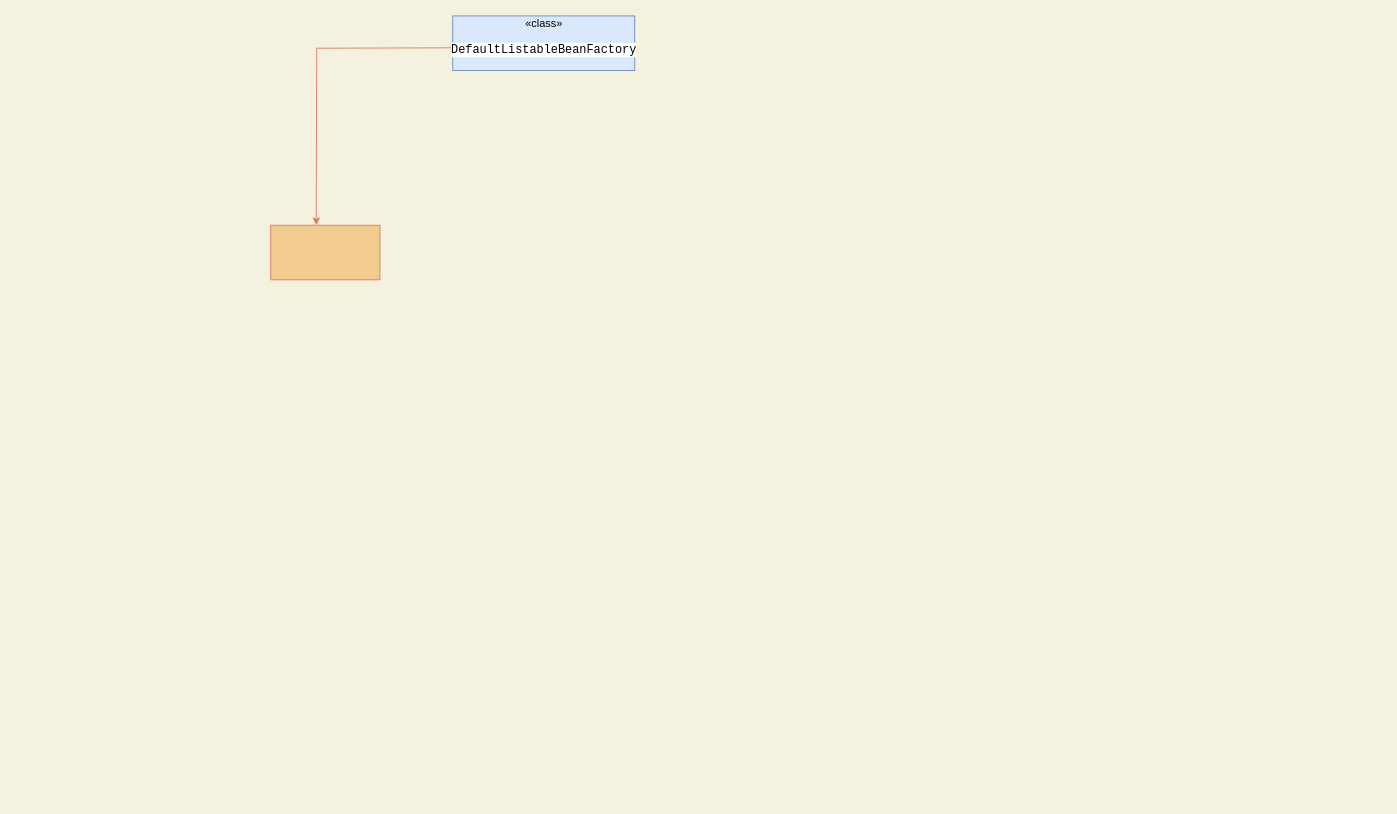
Newbabe/images keeps this draw.io diagram as DefaultListableBeanFactory类结构图.drawio. Above is the earlier version. Source tidied: cells renumbered, new cells numbered last; positions are measured from the earlier drawing's top-left corner, leaving out a move shared by most shapes. Both pictures are drawn from the tidied source at 91%, with x=0, y=0 at pixel (270, 15).
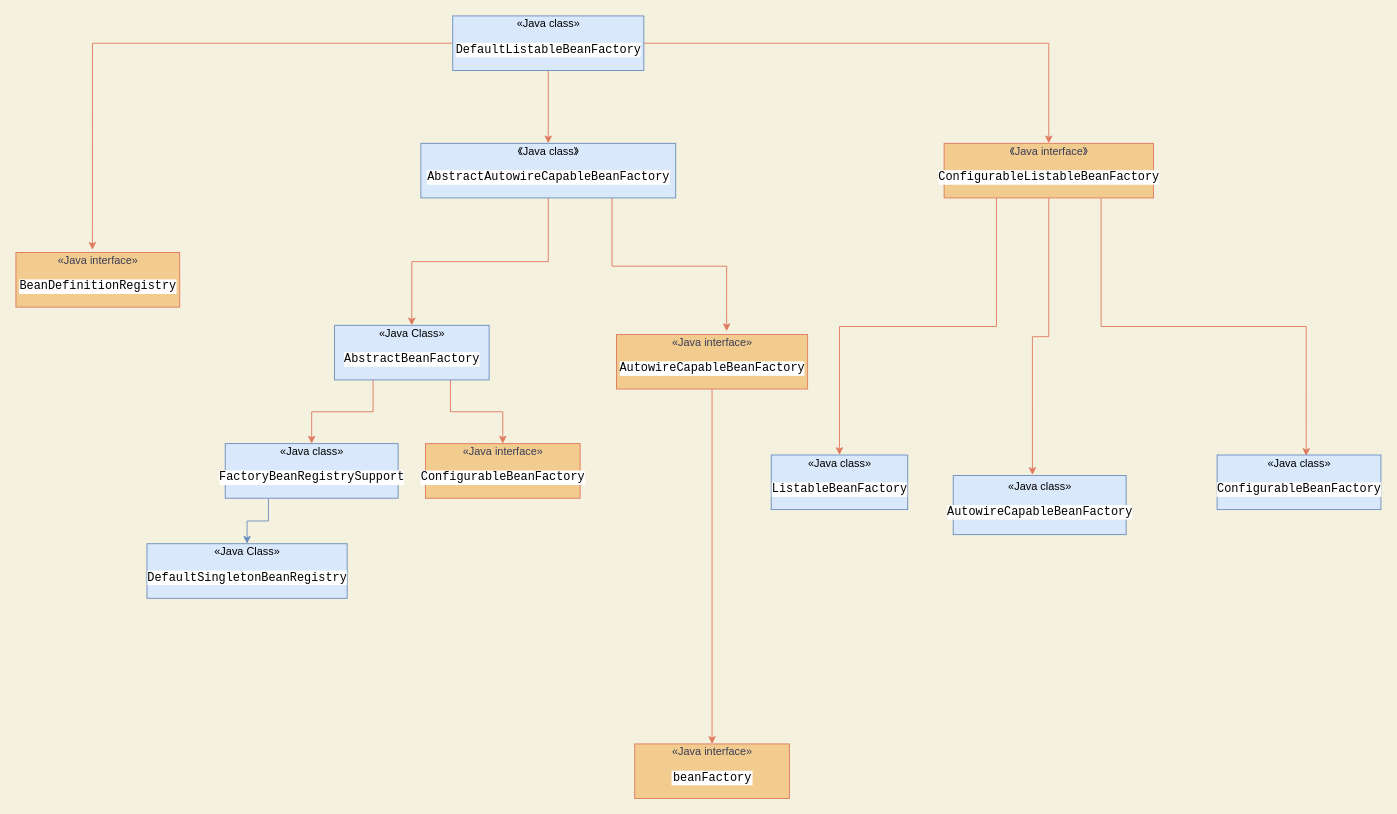
After the change.

Commit message (it also covers changes not shown here):
更新DefaultListableBeanFactory类结构图.drawio

What changed in the source:
```diff
@@
-    <mxCell id="2" style="edgeStyle=orthogonalEdgeStyle;rounded=0;orthogonalLoop=1;jettySize=auto;html=1;exitX=0;exitY=0.5;exitDx=0;exitDy=0;fontFamily=Helvetica;fontColor=#393C56;labelBackgroundColor=#F4F1DE;strokeColor=#E07A5F;" parent="1" edge="1">
-      <mxGeometry relative="1" as="geometry">
-        <mxPoint x="210" y="35" as="sourcePoint" />
-        <mxPoint x="50" y="230" as="targetPoint" />
-      </mxGeometry>
-    </mxCell>
-    <mxCell id="3" style="rounded=0;whiteSpace=wrap;html=1;fontFamily=Helvetica;fontColor=#393C56;fillColor=#F2CC8F;strokeColor=#E07A5F;" parent="1" vertex="1">
-      <mxGeometry y="230" width="120" height="60" as="geometry" />
-    </mxCell>
+    <mxCell id="5" style="edgeStyle=orthogonalEdgeStyle;rounded=0;jettySize=auto;html=1;exitX=0;exitY=0.5;exitDx=0;exitDy=0;strokeColor=#E07A5F;fontColor=#393C56;fillColor=#F2CC8F;entryX=0.467;entryY=-0.05;entryDx=0;entryDy=0;entryPerimeter=0;" parent="1" edge="1" source="4" target="8">
+      <mxGeometry relative="1" as="geometry" />
+    </mxCell>
+    <mxCell id="6" style="edgeStyle=orthogonalEdgeStyle;rounded=0;jettySize=auto;html=1;strokeColor=#E07A5F;fontColor=#393C56;fillColor=#F2CC8F;" parent="1" edge="1" source="4" target="11">
+      <mxGeometry relative="1" as="geometry" />
+    </mxCell>
+    <mxCell id="7" style="edgeStyle=orthogonalEdgeStyle;rounded=0;jettySize=auto;html=1;exitX=1;exitY=0.5;exitDx=0;exitDy=0;entryX=0.5;entryY=0;entryDx=0;entryDy=0;strokeColor=#E07A5F;fontColor=#393C56;fillColor=#F2CC8F;" parent="1" edge="1" source="4" target="15">
+      <mxGeometry relative="1" as="geometry" />
+    </mxCell>
-    <mxCell id="4" value="«class»&lt;br&gt;&lt;pre style=&quot;background-color:#ffffff;color:#000000;font-family:'JetBrains Mono',monospace;font-size:9.8pt;&quot;&gt;DefaultListableBeanFactory&lt;/pre&gt;" style="html=1;strokeColor=#6c8ebf;fillColor=#dae8fc;" parent="1" vertex="1">
-      <mxGeometry x="200" width="200" height="60" as="geometry" />
+    <mxCell id="4" value="«Java class»&lt;br&gt;&lt;pre style=&quot;background-color:#ffffff;color:#000000;font-family:'JetBrains Mono',monospace;font-size:9.8pt;&quot;&gt;DefaultListableBeanFactory&lt;/pre&gt;" style="html=1;strokeColor=#6c8ebf;fillColor=#dae8fc;" parent="1" vertex="1">
+      <mxGeometry x="200" width="210" height="60" as="geometry" />
     </mxCell>
+    <mxCell id="8" value="«Java interface»&lt;br&gt;&lt;pre style=&quot;background-color:#ffffff;color:#000000;font-family:'JetBrains Mono',monospace;font-size:9.8pt;&quot;&gt;BeanDefinitionRegistry&lt;/pre&gt;" style="html=1;strokeColor=#E07A5F;fontColor=#393C56;fillColor=#F2CC8F;" parent="1" vertex="1">
+      <mxGeometry x="-280" y="260" width="180" height="60" as="geometry" />
+    </mxCell>
+    <mxCell id="9" style="edgeStyle=orthogonalEdgeStyle;rounded=0;jettySize=auto;html=1;exitX=0.5;exitY=1;exitDx=0;exitDy=0;strokeColor=#E07A5F;fontColor=#393C56;fillColor=#F2CC8F;entryX=0.5;entryY=0;entryDx=0;entryDy=0;" parent="1" edge="1" source="11" target="18">
+      <mxGeometry relative="1" as="geometry" />
+    </mxCell>
+    <mxCell id="10" style="edgeStyle=orthogonalEdgeStyle;rounded=0;jettySize=auto;html=1;exitX=0.75;exitY=1;exitDx=0;exitDy=0;strokeColor=#E07A5F;fontColor=#393C56;fillColor=#F2CC8F;entryX=0.576;entryY=-0.06;entryDx=0;entryDy=0;entryPerimeter=0;" parent="1" edge="1" source="11" target="20">
+      <mxGeometry relative="1" as="geometry" />
+    </mxCell>
+    <mxCell id="11" value="《Java class》&lt;br&gt;&lt;pre style=&quot;background-color:#ffffff;color:#000000;font-family:'JetBrains Mono',monospace;font-size:9.8pt;&quot;&gt;AbstractAutowireCapableBeanFactory&lt;/pre&gt;" style="html=1;strokeColor=#6c8ebf;fillColor=#dae8fc;" parent="1" vertex="1">
+      <mxGeometry x="165" y="140" width="280" height="60" as="geometry" />
+    </mxCell>
+    <mxCell id="12" style="edgeStyle=orthogonalEdgeStyle;rounded=0;jettySize=auto;html=1;exitX=0.25;exitY=1;exitDx=0;exitDy=0;strokeColor=#E07A5F;fontColor=#393C56;fillColor=#F2CC8F;entryX=0.5;entryY=0;entryDx=0;entryDy=0;" parent="1" edge="1" source="15" target="25">
+      <mxGeometry relative="1" as="geometry" />
+    </mxCell>
+    <mxCell id="13" style="edgeStyle=orthogonalEdgeStyle;rounded=0;jettySize=auto;html=1;exitX=0.5;exitY=1;exitDx=0;exitDy=0;entryX=0.458;entryY=-0.008;entryDx=0;entryDy=0;entryPerimeter=0;strokeColor=#E07A5F;fontColor=#393C56;fillColor=#F2CC8F;" parent="1" edge="1" source="15" target="26">
+      <mxGeometry relative="1" as="geometry" />
+    </mxCell>
+    <mxCell id="14" style="edgeStyle=orthogonalEdgeStyle;rounded=0;jettySize=auto;html=1;exitX=0.75;exitY=1;exitDx=0;exitDy=0;entryX=0.544;entryY=0.017;entryDx=0;entryDy=0;entryPerimeter=0;strokeColor=#E07A5F;fontColor=#393C56;fillColor=#F2CC8F;" parent="1" edge="1" source="15" target="27">
+      <mxGeometry relative="1" as="geometry" />
+    </mxCell>
+    <mxCell id="15" value="《Java interface》&lt;br&gt;&lt;pre style=&quot;background-color:#ffffff;color:#000000;font-family:'JetBrains Mono',monospace;font-size:9.8pt;&quot;&gt;ConfigurableListableBeanFactory&lt;/pre&gt;" style="html=1;strokeColor=#E07A5F;fontColor=#393C56;fillColor=#F2CC8F;" parent="1" vertex="1">
+      <mxGeometry x="740" y="140" width="230" height="60" as="geometry" />
+    </mxCell>
+    <mxCell id="16" style="edgeStyle=orthogonalEdgeStyle;rounded=0;jettySize=auto;html=1;exitX=0.25;exitY=1;exitDx=0;exitDy=0;strokeColor=#E07A5F;fontColor=#393C56;fillColor=#F2CC8F;" parent="1" edge="1" source="18" target="22">
+      <mxGeometry relative="1" as="geometry" />
+    </mxCell>
+    <mxCell id="17" style="edgeStyle=orthogonalEdgeStyle;rounded=0;jettySize=auto;html=1;exitX=0.75;exitY=1;exitDx=0;exitDy=0;strokeColor=#E07A5F;fontColor=#393C56;fillColor=#F2CC8F;entryX=0.5;entryY=0;entryDx=0;entryDy=0;" parent="1" edge="1" source="18" target="23">
+      <mxGeometry relative="1" as="geometry" />
+    </mxCell>
+    <mxCell id="18" value="«Java Class»&lt;br&gt;&lt;pre style=&quot;background-color:#ffffff;color:#000000;font-family:'JetBrains Mono',monospace;font-size:9.8pt;&quot;&gt;AbstractBeanFactory&lt;/pre&gt;" style="html=1;strokeColor=#6c8ebf;fillColor=#dae8fc;" parent="1" vertex="1">
+      <mxGeometry x="70" y="340" width="170" height="60" as="geometry" />
+    </mxCell>
+    <mxCell id="19" style="edgeStyle=orthogonalEdgeStyle;rounded=0;jettySize=auto;html=1;exitX=0.5;exitY=1;exitDx=0;exitDy=0;entryX=0.5;entryY=0;entryDx=0;entryDy=0;strokeColor=#E07A5F;fontColor=#393C56;fillColor=#F2CC8F;" parent="1" edge="1" source="20" target="28">
+      <mxGeometry relative="1" as="geometry" />
+    </mxCell>
+    <mxCell id="20" value="«Java interface»&lt;br&gt;&lt;pre style=&quot;background-color:#ffffff;color:#000000;font-family:'JetBrains Mono',monospace;font-size:9.8pt;&quot;&gt;AutowireCapableBeanFactory&lt;/pre&gt;" style="html=1;strokeColor=#E07A5F;fontColor=#393C56;fillColor=#F2CC8F;" parent="1" vertex="1">
+      <mxGeometry x="380" y="350" width="210" height="60" as="geometry" />
+    </mxCell>
+    <mxCell id="21" style="edgeStyle=orthogonalEdgeStyle;rounded=0;jettySize=auto;html=1;exitX=0.25;exitY=1;exitDx=0;exitDy=0;strokeColor=#6c8ebf;fontColor=#393C56;fillColor=#dae8fc;entryX=0.5;entryY=0;entryDx=0;entryDy=0;" parent="1" edge="1" source="22" target="24">
+      <mxGeometry relative="1" as="geometry" />
+    </mxCell>
+    <mxCell id="22" value="«Java class»&lt;br&gt;&lt;pre style=&quot;background-color:#ffffff;color:#000000;font-family:'JetBrains Mono',monospace;font-size:9.8pt;&quot;&gt;FactoryBeanRegistrySupport&lt;/pre&gt;" style="html=1;strokeColor=#6c8ebf;fillColor=#dae8fc;" parent="1" vertex="1">
+      <mxGeometry x="-50" y="470" width="190" height="60" as="geometry" />
+    </mxCell>
+    <mxCell id="23" value="«Java interface»&lt;br&gt;&lt;pre style=&quot;background-color:#ffffff;color:#000000;font-family:'JetBrains Mono',monospace;font-size:9.8pt;&quot;&gt;ConfigurableBeanFactory&lt;/pre&gt;" style="html=1;strokeColor=#E07A5F;fontColor=#393C56;fillColor=#F2CC8F;" parent="1" vertex="1">
+      <mxGeometry x="170" y="470" width="170" height="60" as="geometry" />
+    </mxCell>
+    <mxCell id="24" value="«Java Class»&lt;br&gt;&lt;pre style=&quot;background-color:#ffffff;color:#000000;font-family:'JetBrains Mono',monospace;font-size:9.8pt;&quot;&gt;DefaultSingletonBeanRegistry&lt;/pre&gt;" style="html=1;strokeColor=#6c8ebf;fillColor=#dae8fc;" parent="1" vertex="1">
+      <mxGeometry x="-136" y="580" width="220" height="60" as="geometry" />
+    </mxCell>
+    <mxCell id="25" value="«Java class»&lt;br&gt;&lt;pre style=&quot;background-color:#ffffff;color:#000000;font-family:'JetBrains Mono',monospace;font-size:9.8pt;&quot;&gt;ListableBeanFactory&lt;/pre&gt;" style="html=1;strokeColor=#6c8ebf;fillColor=#dae8fc;" parent="1" vertex="1">
+      <mxGeometry x="550" y="482.5" width="150" height="60" as="geometry" />
+    </mxCell>
+    <mxCell id="26" value="«Java class»&lt;br&gt;&lt;pre style=&quot;background-color:#ffffff;color:#000000;font-family:'JetBrains Mono',monospace;font-size:9.8pt;&quot;&gt;AutowireCapableBeanFactory&lt;/pre&gt;" style="html=1;strokeColor=#6c8ebf;fillColor=#dae8fc;" parent="1" vertex="1">
+      <mxGeometry x="750" y="505" width="190" height="65" as="geometry" />
+    </mxCell>
+    <mxCell id="27" value="«Java class»&lt;br&gt;&lt;pre style=&quot;background-color:#ffffff;color:#000000;font-family:'JetBrains Mono',monospace;font-size:9.8pt;&quot;&gt;ConfigurableBeanFactory&lt;/pre&gt;" style="html=1;strokeColor=#6c8ebf;fillColor=#dae8fc;" parent="1" vertex="1">
+      <mxGeometry x="1040" y="482.5" width="180" height="60" as="geometry" />
+    </mxCell>
+    <mxCell id="28" value="«Java interface»&lt;br&gt;&lt;pre style=&quot;background-color:#ffffff;color:#000000;font-family:'JetBrains Mono',monospace;font-size:9.8pt;&quot;&gt;beanFactory&lt;/pre&gt;" style="html=1;strokeColor=#E07A5F;fontColor=#393C56;fillColor=#F2CC8F;" parent="1" vertex="1">
+      <mxGeometry x="400" y="800" width="170" height="60" as="geometry" />
+    </mxCell>
```
